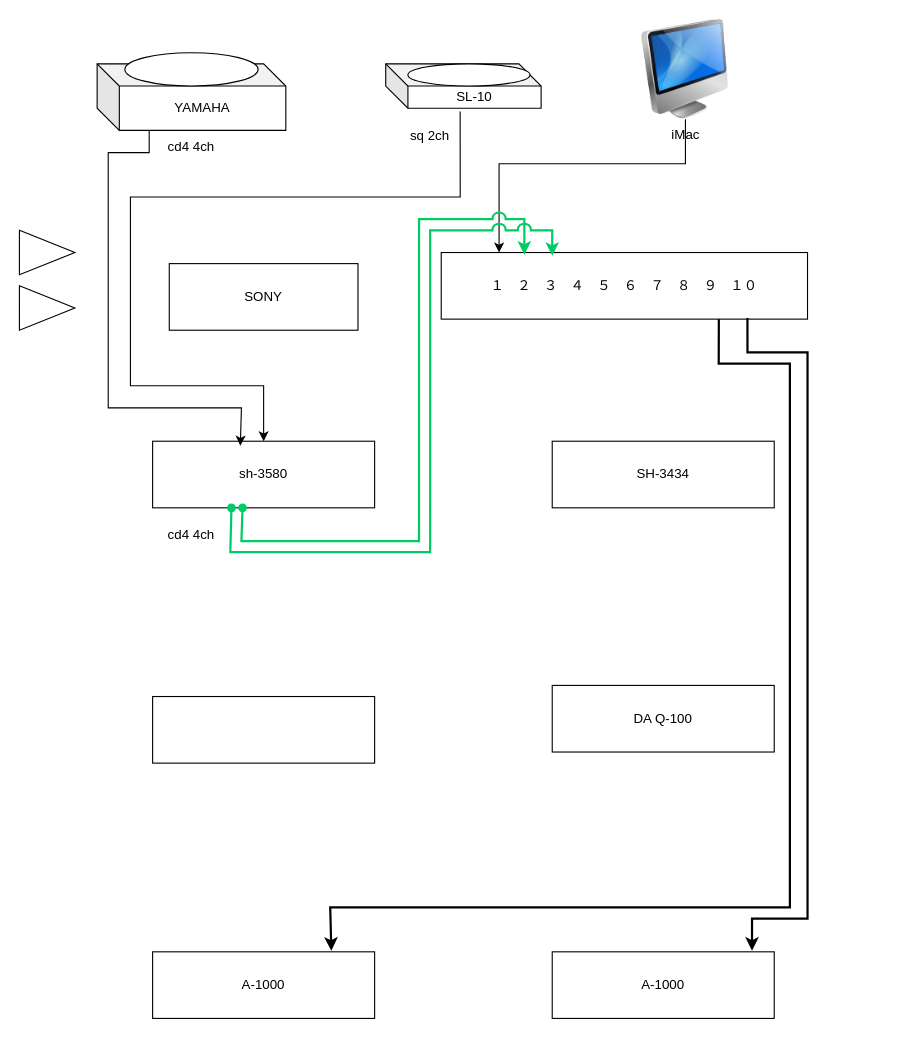
The draw.io diagram św-1010.drawio in kenzi-taka/audio-diagram, before the edit. Source tidied: cells renumbered, new cells numbered last; positions are measured from the earlier drawing's top-left corner, leaving out a move shared by most shapes. Both pictures are drawn from the tidied source at 111%, with x=0, y=0 at pixel (19, 19).
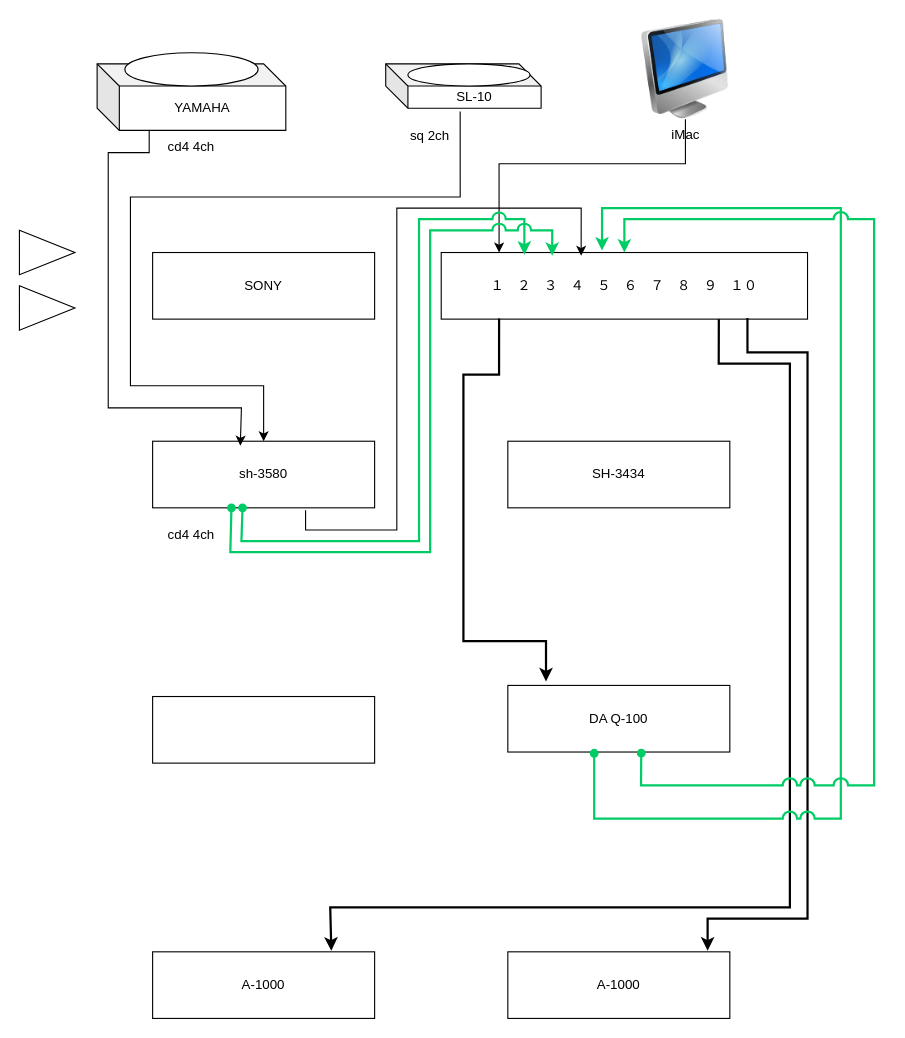
The same diagram, later.

Unchanged cells that the change refers to:
```xml
<mxCell id="8" style="rounded=0;whiteSpace=wrap;html=1;" parent="1" vertex="1">
  <mxGeometry x="380" y="210" width="330" height="60" as="geometry" />
</mxCell>
<mxCell id="10" value="sh-3580" style="rounded=0;whiteSpace=wrap;html=1;" parent="1" vertex="1">
  <mxGeometry x="120" y="380" width="200" height="60" as="geometry" />
</mxCell>
```

The edit, as a diff of the source:
```diff
@@
     <mxCell id="7" value="SONY" style="rounded=0;whiteSpace=wrap;html=1;" parent="1" vertex="1">
-      <mxGeometry x="135" y="220" width="170" height="60" as="geometry" />
+      <mxGeometry x="120" y="210" width="200" height="60" as="geometry" />
     </mxCell>
@@
     <mxCell id="19" value="SH-3434" style="rounded=0;whiteSpace=wrap;html=1;" parent="1" vertex="1">
-      <mxGeometry x="480" y="380" width="200" height="60" as="geometry" />
+      <mxGeometry x="440" y="380" width="200" height="60" as="geometry" />
     </mxCell>
@@
     <mxCell id="23" value="DA Q-100" style="rounded=0;whiteSpace=wrap;html=1;" parent="1" vertex="1">
-      <mxGeometry x="480" y="600" width="200" height="60" as="geometry" />
+      <mxGeometry x="440" y="600" width="200" height="60" as="geometry" />
     </mxCell>
@@
     <mxCell id="25" value="A-1000" style="rounded=0;whiteSpace=wrap;html=1;" parent="1" vertex="1">
-      <mxGeometry x="480" y="840" width="200" height="60" as="geometry" />
+      <mxGeometry x="440" y="840" width="200" height="60" as="geometry" />
     </mxCell>
     <mxCell id="26" style="endArrow=classic;html=1;rounded=0;exitX=0.836;exitY=0.983;exitDx=0;exitDy=0;exitPerimeter=0;entryX=0.9;entryY=-0.017;entryDx=0;entryDy=0;entryPerimeter=0;strokeWidth=2;" parent="1" edge="1" source="8" target="25">
       <mxGeometry relative="1" as="geometry">
         <Array as="points">
           <mxPoint x="655.9" y="300" />
           <mxPoint x="710" y="300" />
           <mxPoint x="710" y="810" />
-          <mxPoint x="660" y="810" />
+          <mxPoint x="620" y="810" />
         </Array>
       </mxGeometry>
     </mxCell>
@@
+    <mxCell id="28" style="endArrow=classic;html=1;rounded=0;exitX=0.689;exitY=1.038;exitDx=0;exitDy=0;exitPerimeter=0;entryX=0.382;entryY=0.048;entryDx=0;entryDy=0;entryPerimeter=0;" parent="1" edge="1" source="10" target="8">
+      <mxGeometry relative="1" as="geometry">
+        <Array as="points">
+          <mxPoint x="257.8" y="460" />
+          <mxPoint x="340" y="460" />
+          <mxPoint x="340" y="170" />
+          <mxPoint x="506.1" y="170" />
+        </Array>
+      </mxGeometry>
+    </mxCell>
+    <mxCell id="29" style="endArrow=classic;html=1;rounded=0;exitX=0.389;exitY=1.019;exitDx=0;exitDy=0;exitPerimeter=0;entryX=0.439;entryY=-0.03;entryDx=0;entryDy=0;entryPerimeter=0;strokeWidth=2;strokeColor=#00CC66;startArrow=oval;startFill=1;jumpStyle=arc;jumpSize=11;" parent="1" edge="1" source="23" target="8">
+      <mxGeometry relative="1" as="geometry">
+        <Array as="points">
+          <mxPoint x="517.8" y="720" />
+          <mxPoint x="630" y="720" />
+          <mxPoint x="740" y="720" />
+          <mxPoint x="740" y="170" />
+          <mxPoint x="524.9" y="170" />
+        </Array>
+      </mxGeometry>
+    </mxCell>
+    <mxCell id="30" style="endArrow=classic;html=1;rounded=0;exitX=0.389;exitY=1.019;exitDx=0;exitDy=0;exitPerimeter=0;entryX=0.5;entryY=0;entryDx=0;entryDy=0;strokeWidth=2;strokeColor=#00CC66;startArrow=oval;startFill=1;jumpStyle=arc;jumpSize=11;" parent="1" edge="1" target="8">
+      <mxGeometry relative="1" as="geometry">
+        <mxPoint x="560.2" y="661" as="sourcePoint" />
+        <Array as="points">
+          <mxPoint x="560" y="690" />
+          <mxPoint x="770" y="690" />
+          <mxPoint x="770" y="180" />
+          <mxPoint x="545" y="180" />
+        </Array>
+      </mxGeometry>
+    </mxCell>
+    <mxCell id="31" style="endArrow=classic;html=1;rounded=0;exitX=0.158;exitY=0.989;exitDx=0;exitDy=0;exitPerimeter=0;entryX=0.172;entryY=-0.06;entryDx=0;entryDy=0;entryPerimeter=0;strokeWidth=2;" parent="1" edge="1" source="8" target="23">
+      <mxGeometry relative="1" as="geometry">
+        <Array as="points">
+          <mxPoint x="432.1" y="320" />
+          <mxPoint x="400" y="320" />
+          <mxPoint x="400" y="560" />
+          <mxPoint x="474.4" y="560" />
+        </Array>
+      </mxGeometry>
+    </mxCell>
```
